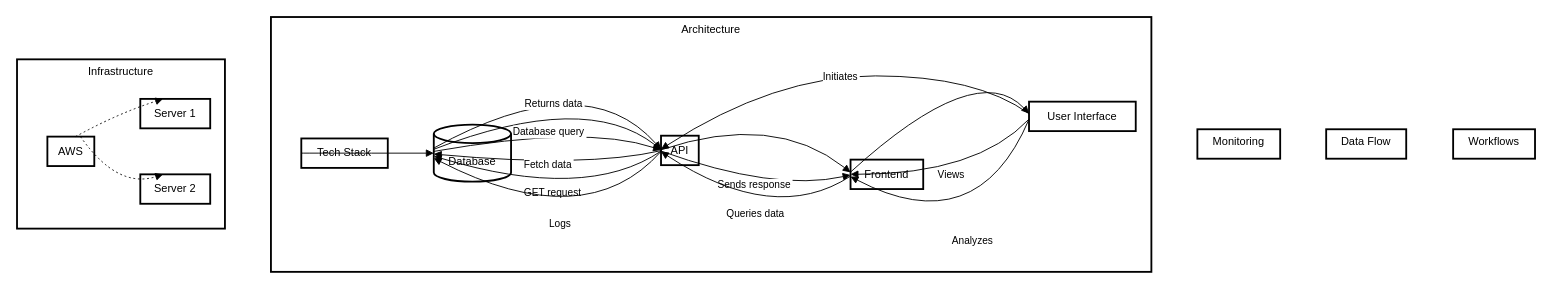
This is Untitled Diagram.drawio from shirocola/esgmonitor-backend, a draw.io file, before an edit. Source tidied: cells renumbered, new cells numbered last; positions are measured from the earlier drawing's top-left corner, leaving out a move shared by most shapes. Both pictures are drawn from the tidied source at 92%, with x=0, y=0 at pixel (17, 17).
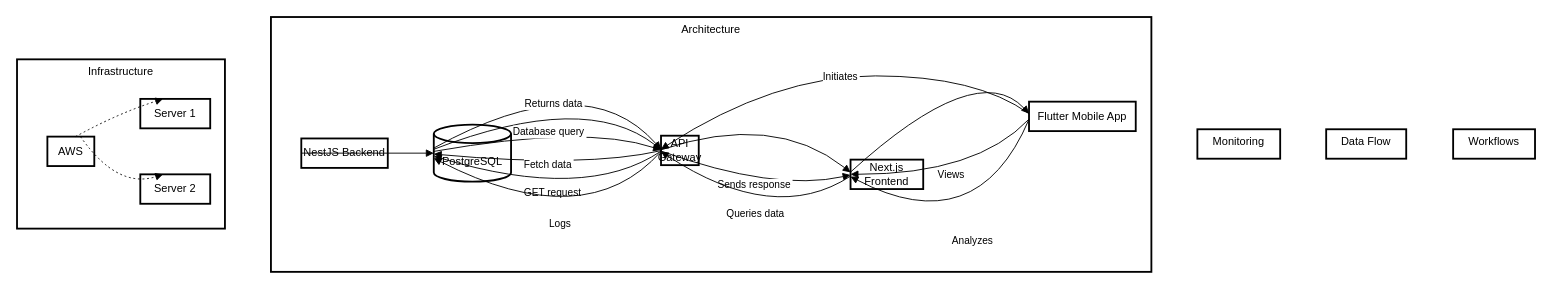
The same page after the edit.

The change refers to these unchanged cells:
```xml
<mxCell id="8" value="Architecture" style="whiteSpace=wrap;strokeWidth=2;verticalAlign=top;" parent="1" vertex="1">
  <mxGeometry x="276" width="957" height="277" as="geometry" />
</mxCell>
```

The edit, as a diff of the source:
```diff
@@
-    <mxCell id="9" value="Database" style="shape=cylinder3;boundedLbl=1;backgroundOutline=1;size=10;strokeWidth=2;whiteSpace=wrap;" parent="8" vertex="1">
+    <mxCell id="9" value="PostgreSQL" style="shape=cylinder3;boundedLbl=1;backgroundOutline=1;size=10;strokeWidth=2;whiteSpace=wrap;" parent="8" vertex="1">
       <mxGeometry x="177" y="117" width="84" height="62" as="geometry" />
     </mxCell>
-    <mxCell id="10" value="Tech Stack" style="whiteSpace=wrap;strokeWidth=2;" parent="8" vertex="1">
+    <mxCell id="10" value="NestJS Backend" style="whiteSpace=wrap;strokeWidth=2;" parent="8" vertex="1">
       <mxGeometry x="33" y="132" width="94" height="32" as="geometry" />
     </mxCell>
-    <mxCell id="11" value="API" style="whiteSpace=wrap;strokeWidth=2;" parent="8" vertex="1">
+    <mxCell id="11" value="API Gateway" style="whiteSpace=wrap;strokeWidth=2;" parent="8" vertex="1">
       <mxGeometry x="424" y="129" width="41" height="32" as="geometry" />
     </mxCell>
-    <mxCell id="12" value="Frontend" style="whiteSpace=wrap;strokeWidth=2;" parent="8" vertex="1">
+    <mxCell id="12" value="Next.js Frontend" style="whiteSpace=wrap;strokeWidth=2;" parent="8" vertex="1">
       <mxGeometry x="630" y="155" width="79" height="32" as="geometry" />
     </mxCell>
-    <mxCell id="13" value="User Interface" style="whiteSpace=wrap;strokeWidth=2;" parent="8" vertex="1">
+    <mxCell id="13" value="Flutter Mobile App" style="whiteSpace=wrap;strokeWidth=2;" parent="8" vertex="1">
       <mxGeometry x="824" y="92" width="116" height="32" as="geometry" />
     </mxCell>
```
